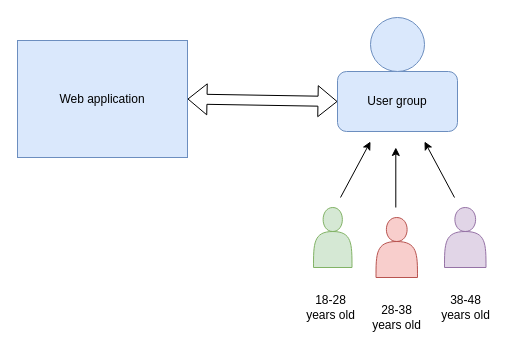
Earlier version of the draw.io diagram Workoutgenerator.drawio (Ersdalpy/Project---Web-app). Source tidied: cells renumbered, new cells numbered last; positions are measured from the earlier drawing's top-left corner, leaving out a move shared by most shapes. Both pictures are drawn from the tidied source at 100%, with x=0, y=0 at pixel (17, 17).
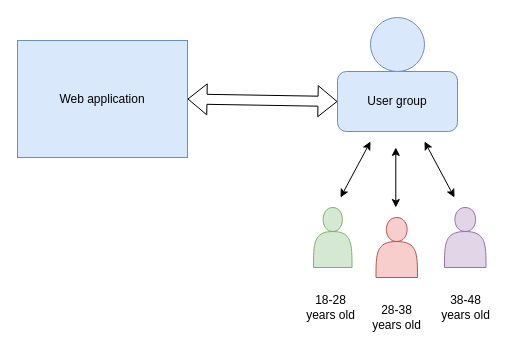
Above is the later version.

What changed in the source:
```diff
@@
 <mxGraphModel>
   <root>
     <mxCell id="0" />
     <mxCell id="1" parent="0" />
     <mxCell id="2" value="User group" style="rounded=1;whiteSpace=wrap;html=1;fillColor=#dae8fc;strokeColor=#6c8ebf;" parent="1" vertex="1">
       <mxGeometry x="320" y="54" width="120" height="60" as="geometry" />
     </mxCell>
     <mxCell id="3" style="ellipse;whiteSpace=wrap;html=1;fillColor=#dae8fc;strokeColor=#6c8ebf;" parent="1" vertex="1">
       <mxGeometry x="353" width="54" height="54" as="geometry" />
     </mxCell>
     <mxCell id="4" value="Web application" style="rounded=0;whiteSpace=wrap;html=1;labelBackgroundColor=none;fillColor=#dae8fc;strokeColor=#6c8ebf;" parent="1" vertex="1">
       <mxGeometry y="23" width="170" height="117" as="geometry" />
     </mxCell>
     <mxCell id="5" style="shape=actor;whiteSpace=wrap;html=1;fillColor=#d5e8d4;strokeColor=#82b366;" parent="1" vertex="1">
       <mxGeometry x="296" y="190" width="38.5" height="60" as="geometry" />
     </mxCell>
     <mxCell id="6" style="shape=actor;whiteSpace=wrap;html=1;fillColor=#f8cecc;strokeColor=#b85450;" parent="1" vertex="1">
       <mxGeometry x="358.5" y="200" width="41.5" height="60" as="geometry" />
     </mxCell>
     <mxCell id="7" style="shape=actor;whiteSpace=wrap;html=1;fillColor=#e1d5e7;strokeColor=#9673a6;" parent="1" vertex="1">
       <mxGeometry x="427" y="190" width="41.5" height="60" as="geometry" />
     </mxCell>
     <mxCell id="8" style="shape=flexArrow;endArrow=classic;startArrow=classic;html=1;rounded=0;entryX=0;entryY=0.5;entryDx=0;entryDy=0;exitX=1;exitY=0.5;exitDx=0;exitDy=0;" parent="1" edge="1" source="4" target="2">
       <mxGeometry relative="1" as="geometry" />
     </mxCell>
-    <mxCell id="9" style="endArrow=classic;html=1;rounded=0;entryX=0.5;entryY=1;entryDx=0;entryDy=0;" parent="1" edge="1">
+    <mxCell id="9" style="endArrow=classic;html=1;rounded=0;entryX=0.5;entryY=1;entryDx=0;entryDy=0;startArrow=classic;" parent="1" edge="1">
       <mxGeometry relative="1" as="geometry">
         <mxPoint x="323" y="180" as="sourcePoint" />
         <mxPoint x="353" y="124" as="targetPoint" />
       </mxGeometry>
     </mxCell>
-    <mxCell id="10" style="endArrow=classic;html=1;rounded=0;" parent="1" edge="1">
+    <mxCell id="10" style="endArrow=classic;html=1;rounded=0;startArrow=classic;" parent="1" edge="1">
       <mxGeometry relative="1" as="geometry">
         <mxPoint x="378.3" y="190" as="sourcePoint" />
         <mxPoint x="378.3" y="130" as="targetPoint" />
       </mxGeometry>
     </mxCell>
-    <mxCell id="11" style="endArrow=classic;html=1;rounded=0;" parent="1" edge="1">
+    <mxCell id="11" style="endArrow=classic;html=1;rounded=0;startArrow=classic;" parent="1" edge="1">
       <mxGeometry relative="1" as="geometry">
         <mxPoint x="437" y="180" as="sourcePoint" />
         <mxPoint x="407" y="124" as="targetPoint" />
       </mxGeometry>
     </mxCell>
     <mxCell id="12" value="18-28&lt;div&gt;years old&lt;/div&gt;" style="text;html=1;align=center;verticalAlign=middle;strokeColor=none;fillColor=none;" parent="1" vertex="1">
       <mxGeometry x="277.5" y="270" width="70" height="40" as="geometry" />
     </mxCell>
     <mxCell id="13" value="28-38&lt;div&gt;years old&lt;/div&gt;" style="text;html=1;align=center;verticalAlign=middle;strokeColor=none;fillColor=none;" parent="1" vertex="1">
       <mxGeometry x="344.2" y="280" width="70" height="40" as="geometry" />
     </mxCell>
     <mxCell id="14" value="38-48&lt;div&gt;years old&lt;/div&gt;" style="text;html=1;align=center;verticalAlign=middle;strokeColor=none;fillColor=none;" parent="1" vertex="1">
       <mxGeometry x="412.8" y="270" width="70" height="40" as="geometry" />
     </mxCell>
   </root>
 </mxGraphModel>
```
